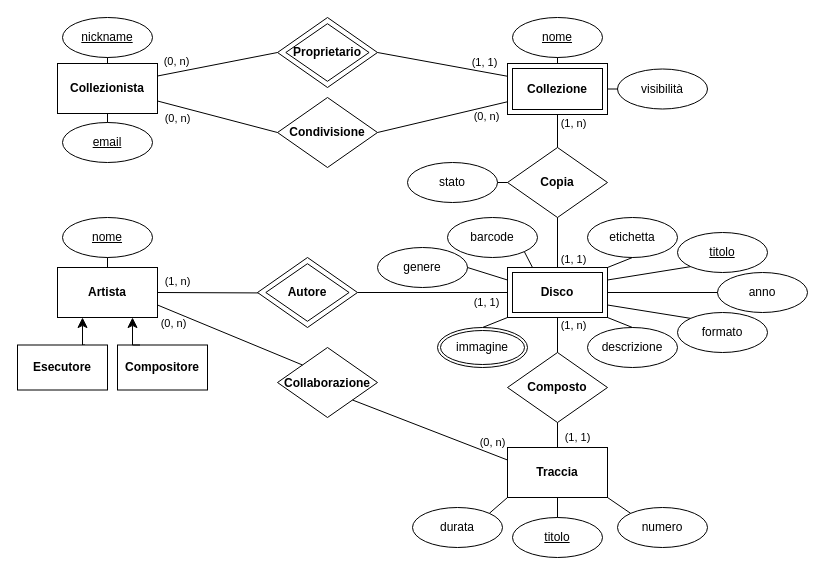
Before: design/Collectors_ER.drawio in darthmassari/collectors-mysql-project, a draw.io diagram. Source tidied: cells renumbered, new cells numbered last; positions are measured from the earlier drawing's top-left corner, leaving out a move shared by most shapes. Both pictures are drawn from the tidied source at 100%, with x=0, y=0 at pixel (17, 17).
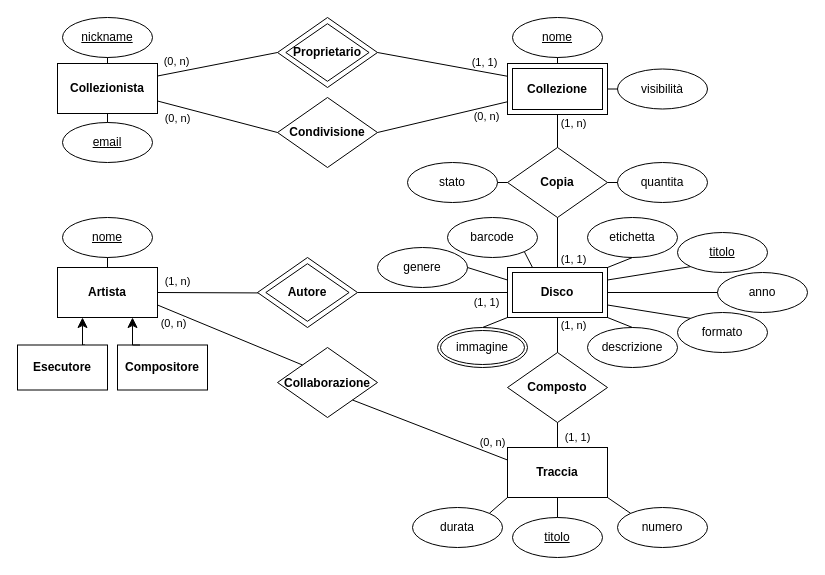
After the change.

Unchanged cells that the change refers to:
```xml
<mxCell id="30" style="shape=rhombus;html=1;dashed=0;whiteSpace=wrap;perimeter=rhombusPerimeter;" parent="29" vertex="1">
  <mxGeometry width="100" height="70" as="geometry" />
</mxCell>
```

What changed in the source:
```diff
@@
+    <mxCell id="97" value="quantita" style="ellipse;whiteSpace=wrap;html=1;align=center;" parent="1" vertex="1">
+      <mxGeometry x="600" y="145" width="90" height="40" as="geometry" />
+    </mxCell>
+    <mxCell id="98" style="endArrow=none;html=1;rounded=0;entryX=0;entryY=0.5;entryDx=0;entryDy=0;exitX=1;exitY=0.5;exitDx=0;exitDy=0;" parent="1" edge="1" source="30" target="97">
+      <mxGeometry relative="1" as="geometry" />
+    </mxCell>
```
